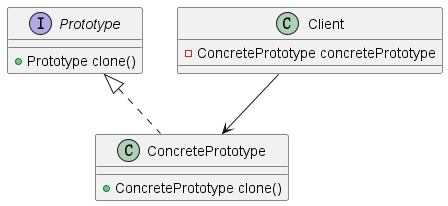
Earlier version of the PlantUML export spring-cloud-design-pattern/creation-prototype-pattern/src/main/resources/static/diagram.png (sunnyzhy/Design-pattern).
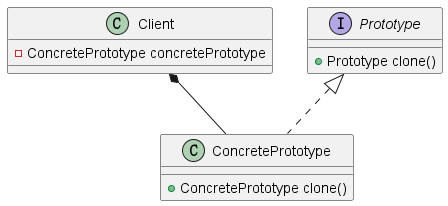
The same file after the commit.

The edit, as a diff of the source:
```diff
@@ -1,4 +1,6 @@
 @startuml
+
+Client *-- ConcretePrototype
 
 interface Prototype {
   +Prototype clone()
@@ -11,6 +13,5 @@
 class Client {
   -ConcretePrototype concretePrototype
 }
-Client --> ConcretePrototype
 
 @enduml
```
